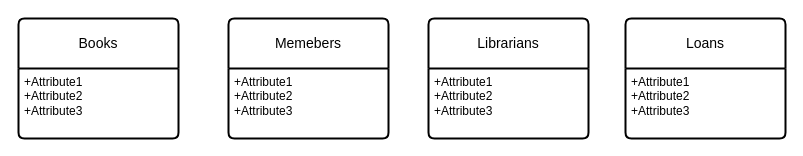
Earlier version of the draw.io diagram Library.drawio (GeorginaFox/at1). Source tidied: cells renumbered, new cells numbered last; positions are measured from the earlier drawing's top-left corner, leaving out a move shared by most shapes. Both pictures are drawn from the tidied source at 100%, with x=0, y=0 at pixel (18, 18).
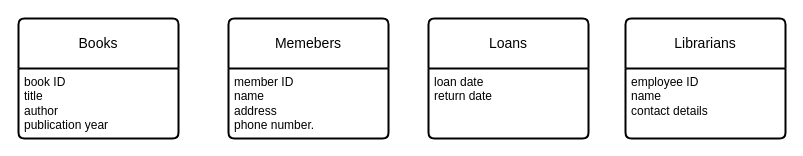
The same diagram, later.

What changed in the source:
```diff
@@
 <mxGraphModel>
   <root>
     <mxCell id="0" />
     <mxCell id="1" parent="0" />
     <mxCell id="2" value="Books" style="swimlane;horizontal=1;startSize=50;rounded=1;fontSize=14;fontStyle=0;strokeWidth=2;shadow=0;dashed=0;align=center;arcSize=4;whiteSpace=wrap;html=1;" parent="1" vertex="1">
       <mxGeometry width="160" height="120" as="geometry" />
     </mxCell>
-    <mxCell id="3" value="+Attribute1&#10;+Attribute2&#10;+Attribute3" style="align=left;strokeColor=none;fillColor=none;spacingLeft=4;fontSize=12;verticalAlign=top;html=1;" parent="2" vertex="1">
+    <mxCell id="3" value="&lt;div&gt;&lt;div&gt;book ID&lt;/div&gt;&lt;div&gt;title&lt;/div&gt;&lt;/div&gt;&lt;div&gt;author&lt;br&gt;&lt;/div&gt;&lt;div&gt;publication year&lt;br&gt;&lt;/div&gt;" style="align=left;strokeColor=none;fillColor=none;spacingLeft=4;fontSize=12;verticalAlign=top;html=1;" parent="2" vertex="1">
       <mxGeometry y="50" width="160" height="70" as="geometry" />
     </mxCell>
-    <mxCell id="4" value="Loans" style="swimlane;horizontal=1;startSize=50;rounded=1;fontSize=14;fontStyle=0;strokeWidth=2;shadow=0;dashed=0;align=center;arcSize=4;whiteSpace=wrap;html=1;" parent="1" vertex="1">
+    <mxCell id="4" value="Librarians" style="swimlane;horizontal=1;startSize=50;rounded=1;fontSize=14;fontStyle=0;strokeWidth=2;shadow=0;dashed=0;align=center;arcSize=4;whiteSpace=wrap;html=1;" parent="1" vertex="1">
       <mxGeometry x="607" width="160" height="120" as="geometry" />
     </mxCell>
-    <mxCell id="5" value="+Attribute1&#10;+Attribute2&#10;+Attribute3" style="align=left;strokeColor=none;fillColor=none;spacingLeft=4;fontSize=12;verticalAlign=top;html=1;" parent="4" vertex="1">
+    <mxCell id="5" value="employee ID&lt;div&gt;name&lt;/div&gt;&lt;div&gt;contact details&lt;/div&gt;" style="align=left;strokeColor=none;fillColor=none;spacingLeft=4;fontSize=12;verticalAlign=top;html=1;" parent="4" vertex="1">
       <mxGeometry y="50" width="160" height="70" as="geometry" />
     </mxCell>
-    <mxCell id="6" value="Librarians" style="swimlane;horizontal=1;startSize=50;rounded=1;fontSize=14;fontStyle=0;strokeWidth=2;shadow=0;dashed=0;align=center;arcSize=4;whiteSpace=wrap;html=1;" parent="1" vertex="1">
+    <mxCell id="6" value="Loans" style="swimlane;horizontal=1;startSize=50;rounded=1;fontSize=14;fontStyle=0;strokeWidth=2;shadow=0;dashed=0;align=center;arcSize=4;whiteSpace=wrap;html=1;" parent="1" vertex="1">
       <mxGeometry x="410" width="160" height="120" as="geometry" />
     </mxCell>
-    <mxCell id="7" value="+Attribute1&#10;+Attribute2&#10;+Attribute3" style="align=left;strokeColor=none;fillColor=none;spacingLeft=4;fontSize=12;verticalAlign=top;html=1;" parent="6" vertex="1">
+    <mxCell id="7" value="&lt;div&gt;loan date&amp;nbsp;&lt;/div&gt;&lt;div&gt;return date&lt;br&gt;&lt;/div&gt;" style="align=left;strokeColor=none;fillColor=none;spacingLeft=4;fontSize=12;verticalAlign=top;html=1;" parent="6" vertex="1">
       <mxGeometry y="50" width="160" height="70" as="geometry" />
     </mxCell>
     <mxCell id="8" value="Memebers" style="swimlane;horizontal=1;startSize=50;rounded=1;fontSize=14;fontStyle=0;strokeWidth=2;shadow=0;dashed=0;align=center;arcSize=4;whiteSpace=wrap;html=1;" parent="1" vertex="1">
       <mxGeometry x="210" width="160" height="120" as="geometry" />
     </mxCell>
-    <mxCell id="9" value="+Attribute1&#10;+Attribute2&#10;+Attribute3" style="align=left;strokeColor=none;fillColor=none;spacingLeft=4;fontSize=12;verticalAlign=top;html=1;" parent="8" vertex="1">
+    <mxCell id="9" value="member ID&lt;div&gt;name&lt;/div&gt;&lt;div&gt;address&lt;/div&gt;&lt;div&gt;phone number.&lt;/div&gt;" style="align=left;strokeColor=none;fillColor=none;spacingLeft=4;fontSize=12;verticalAlign=top;html=1;" parent="8" vertex="1">
       <mxGeometry y="50" width="160" height="70" as="geometry" />
     </mxCell>
   </root>
 </mxGraphModel>
```
